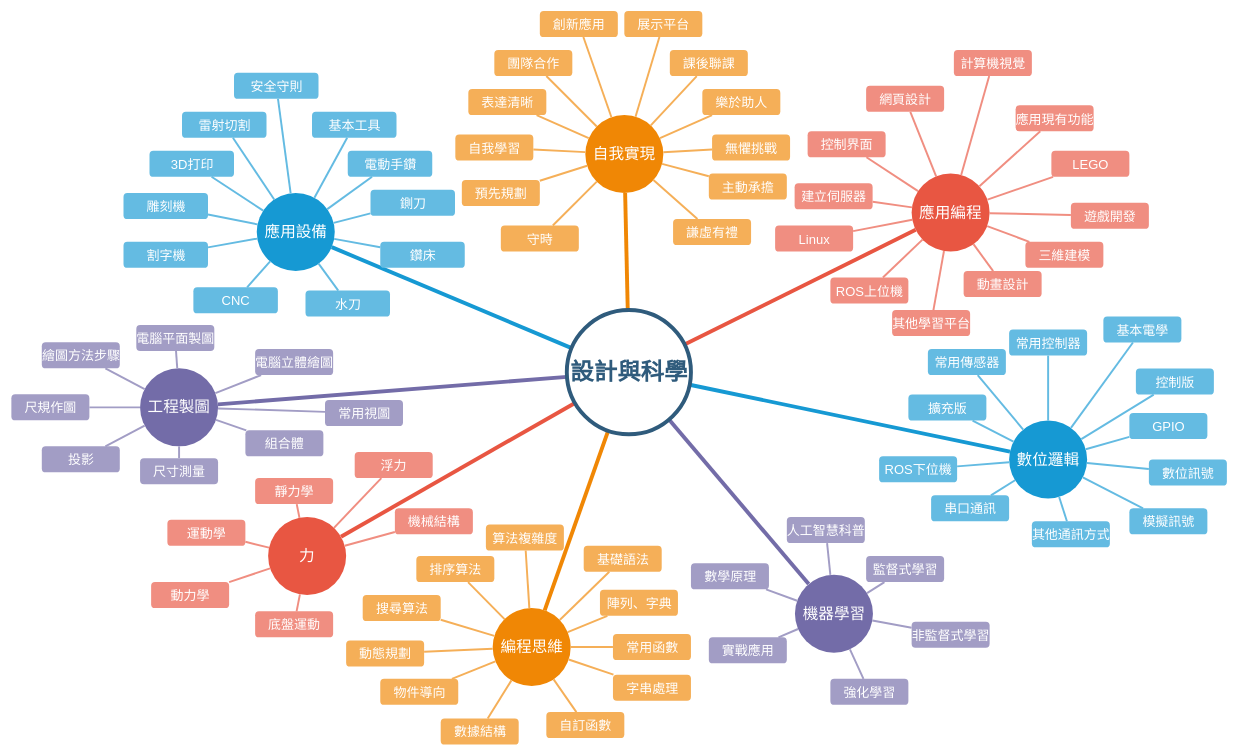
Earlier version of the draw.io diagram study_frame.drawio (supercatex/flowchart). Source tidied: cells renumbered, new cells numbered last; positions are measured from the earlier drawing's top-left corner, leaving out a move shared by most shapes. Both pictures are drawn from the tidied source at 65%, with x=0, y=0 at pixel (11, 11).
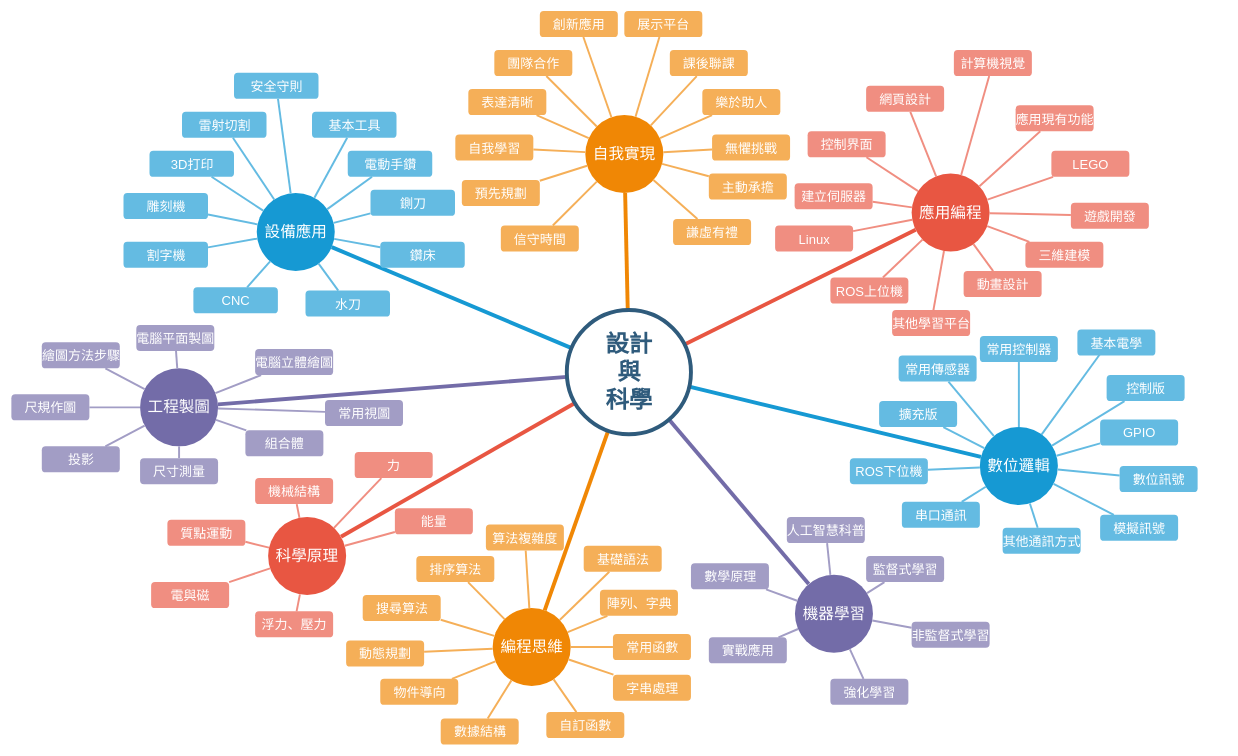
After the change.

What changed in the source:
```diff
@@
-    <mxCell id="2" value="應用設備" style="ellipse;whiteSpace=wrap;html=1;shadow=0;fontFamily=Helvetica;fontSize=24;fontColor=#FFFFFF;align=center;strokeWidth=3;fillColor=#1699D3;strokeColor=none;" parent="1" vertex="1">
+    <mxCell id="2" value="設備應用" style="ellipse;whiteSpace=wrap;html=1;shadow=0;fontFamily=Helvetica;fontSize=24;fontColor=#FFFFFF;align=center;strokeWidth=3;fillColor=#1699D3;strokeColor=none;" parent="1" vertex="1">
       <mxGeometry x="377.5" y="279.5" width="120" height="120" as="geometry" />
     </mxCell>
@@
     <mxCell id="5" value="數位邏輯" style="ellipse;whiteSpace=wrap;html=1;shadow=0;fontFamily=Helvetica;fontSize=24;fontColor=#FFFFFF;align=center;strokeWidth=3;fillColor=#1699D3;strokeColor=none;" parent="1" vertex="1">
-      <mxGeometry x="1535" y="629.5" width="120" height="120" as="geometry" />
+      <mxGeometry x="1490" y="639.5" width="120" height="120" as="geometry" />
     </mxCell>
@@
-    <mxCell id="8" value="力" style="ellipse;whiteSpace=wrap;html=1;shadow=0;fontFamily=Helvetica;fontSize=24;fontColor=#FFFFFF;align=center;strokeWidth=3;fillColor=#E85642;strokeColor=none;" parent="1" vertex="1">
+    <mxCell id="8" value="科學原理" style="ellipse;whiteSpace=wrap;html=1;shadow=0;fontFamily=Helvetica;fontSize=24;fontColor=#FFFFFF;align=center;strokeWidth=3;fillColor=#E85642;strokeColor=none;" parent="1" vertex="1">
       <mxGeometry x="395" y="778" width="120" height="120" as="geometry" />
     </mxCell>
-    <mxCell id="9" value="守時" style="rounded=1;fillColor=#f5af58;strokeColor=none;strokeWidth=3;shadow=0;html=1;fontColor=#FFFFFF;fontSize=20;" parent="1" vertex="1">
+    <mxCell id="9" value="信守時間" style="rounded=1;fillColor=#f5af58;strokeColor=none;strokeWidth=3;shadow=0;html=1;fontColor=#FFFFFF;fontSize=20;" parent="1" vertex="1">
       <mxGeometry x="753" y="329.5" width="120" height="40" as="geometry" />
     </mxCell>
@@
     <mxCell id="87" value="擴充版" style="rounded=1;fillColor=#64BBE2;strokeColor=none;strokeWidth=3;shadow=0;html=1;fontColor=#FFFFFF;fontSize=20;" parent="1" vertex="1">
-      <mxGeometry x="1380" y="589.5" width="120" height="40" as="geometry" />
+      <mxGeometry x="1335" y="599.5" width="120" height="40" as="geometry" />
     </mxCell>
     <mxCell id="88" value="常用傳感器" style="rounded=1;fillColor=#64BBE2;strokeColor=none;strokeWidth=3;shadow=0;html=1;fontColor=#FFFFFF;fontSize=20;" parent="1" vertex="1">
-      <mxGeometry x="1410" y="519.5" width="120" height="40" as="geometry" />
+      <mxGeometry x="1365" y="529.5" width="120" height="40" as="geometry" />
     </mxCell>
     <mxCell id="89" value="常用控制器" style="rounded=1;fillColor=#64BBE2;strokeColor=none;strokeWidth=3;shadow=0;html=1;fontColor=#FFFFFF;fontSize=20;" parent="1" vertex="1">
-      <mxGeometry x="1535" y="489.5" width="120" height="40" as="geometry" />
+      <mxGeometry x="1490" y="499.5" width="120" height="40" as="geometry" />
     </mxCell>
     <mxCell id="90" value="基本電學" style="rounded=1;fillColor=#64BBE2;strokeColor=none;strokeWidth=3;shadow=0;html=1;fontColor=#FFFFFF;fontSize=20;" parent="1" vertex="1">
-      <mxGeometry x="1680" y="469.5" width="120" height="40" as="geometry" />
+      <mxGeometry x="1640" y="489.5" width="120" height="40" as="geometry" />
     </mxCell>
     <mxCell id="91" value="控制版" style="rounded=1;fillColor=#64BBE2;strokeColor=none;strokeWidth=3;shadow=0;html=1;fontColor=#FFFFFF;fontSize=20;" parent="1" vertex="1">
-      <mxGeometry x="1730" y="549.5" width="120" height="40" as="geometry" />
+      <mxGeometry x="1685" y="559.5" width="120" height="40" as="geometry" />
     </mxCell>
     <mxCell id="92" value="GPIO" style="rounded=1;fillColor=#64BBE2;strokeColor=none;strokeWidth=3;shadow=0;html=1;fontColor=#FFFFFF;fontSize=20;" parent="1" vertex="1">
-      <mxGeometry x="1720" y="618" width="120" height="40" as="geometry" />
+      <mxGeometry x="1675" y="628" width="120" height="40" as="geometry" />
     </mxCell>
     <mxCell id="93" value="模擬訊號" style="rounded=1;fillColor=#64BBE2;strokeColor=none;strokeWidth=3;shadow=0;html=1;fontColor=#FFFFFF;fontSize=20;" parent="1" vertex="1">
-      <mxGeometry x="1720" y="764.5" width="120" height="40" as="geometry" />
+      <mxGeometry x="1675" y="774.5" width="120" height="40" as="geometry" />
     </mxCell>
     <mxCell id="94" value="數位訊號" style="rounded=1;fillColor=#64BBE2;strokeColor=none;strokeWidth=3;shadow=0;html=1;fontColor=#FFFFFF;fontSize=20;" parent="1" vertex="1">
-      <mxGeometry x="1750" y="689.5" width="120" height="40" as="geometry" />
+      <mxGeometry x="1705" y="699.5" width="120" height="40" as="geometry" />
     </mxCell>
     <mxCell id="95" value="其他通訊方式" style="rounded=1;fillColor=#64BBE2;strokeColor=none;strokeWidth=3;shadow=0;html=1;fontColor=#FFFFFF;fontSize=20;" parent="1" vertex="1">
-      <mxGeometry x="1570" y="784.5" width="120" height="40" as="geometry" />
+      <mxGeometry x="1525" y="794.5" width="120" height="40" as="geometry" />
     </mxCell>
     <mxCell id="96" value="串口通訊" style="rounded=1;fillColor=#64BBE2;strokeColor=none;strokeWidth=3;shadow=0;html=1;fontColor=#FFFFFF;fontSize=20;" parent="1" vertex="1">
-      <mxGeometry x="1415" y="744.5" width="120" height="40" as="geometry" />
+      <mxGeometry x="1370" y="754.5" width="120" height="40" as="geometry" />
     </mxCell>
     <mxCell id="97" value="ROS下位機" style="rounded=1;fillColor=#64BBE2;strokeColor=none;strokeWidth=3;shadow=0;html=1;fontColor=#FFFFFF;fontSize=20;" parent="1" vertex="1">
-      <mxGeometry x="1335" y="684.5" width="120" height="40" as="geometry" />
+      <mxGeometry x="1290" y="687.5" width="120" height="40" as="geometry" />
     </mxCell>
     <mxCell id="98" style="edgeStyle=none;endArrow=none;strokeWidth=3;strokeColor=#64BBE2;html=1;fontSize=20;" parent="1" edge="1" source="5" target="87">
-      <mxGeometry x="-265" y="281.5" as="geometry" />
+      <mxGeometry x="-310" y="291.5" as="geometry" />
     </mxCell>
     <mxCell id="99" style="edgeStyle=none;endArrow=none;strokeWidth=3;strokeColor=#64BBE2;html=1;fontSize=20;" parent="1" edge="1" source="5" target="88">
-      <mxGeometry x="-265" y="281.5" as="geometry" />
+      <mxGeometry x="-310" y="291.5" as="geometry" />
     </mxCell>
     <mxCell id="100" style="edgeStyle=none;endArrow=none;strokeWidth=3;strokeColor=#64BBE2;html=1;fontSize=20;" parent="1" edge="1" source="5" target="89">
-      <mxGeometry x="-265" y="281.5" as="geometry" />
+      <mxGeometry x="-310" y="291.5" as="geometry" />
     </mxCell>
-    <mxCell id="101" style="edgeStyle=none;endArrow=none;strokeWidth=3;strokeColor=#64BBE2;html=1;fontSize=20;" parent="1" edge="1" source="5" target="90">
-      <mxGeometry x="-265" y="281.5" as="geometry" />
+    <mxCell id="101" style="edgeStyle=none;endArrow=none;strokeWidth=3;strokeColor=#64BBE2;html=1;fontSize=20;" parent="1" edge="1" source="5">
+      <mxGeometry x="-310" y="291.5" as="geometry">
+        <mxPoint x="1680.5" y="519.5" as="targetPoint" />
+      </mxGeometry>
     </mxCell>
     <mxCell id="102" style="edgeStyle=none;endArrow=none;strokeWidth=3;strokeColor=#64BBE2;html=1;fontSize=20;" parent="1" edge="1" source="5" target="91">
-      <mxGeometry x="-265" y="281.5" as="geometry" />
+      <mxGeometry x="-310" y="291.5" as="geometry" />
     </mxCell>
     <mxCell id="103" style="edgeStyle=none;endArrow=none;strokeWidth=3;strokeColor=#64BBE2;html=1;fontSize=20;" parent="1" edge="1" source="5" target="92">
-      <mxGeometry x="-265" y="281.5" as="geometry" />
+      <mxGeometry x="-310" y="291.5" as="geometry" />
     </mxCell>
     <mxCell id="104" style="edgeStyle=none;endArrow=none;strokeWidth=3;strokeColor=#64BBE2;html=1;fontSize=20;" parent="1" edge="1" source="5" target="94">
-      <mxGeometry x="-265" y="281.5" as="geometry" />
+      <mxGeometry x="-310" y="291.5" as="geometry" />
     </mxCell>
     <mxCell id="105" style="edgeStyle=none;endArrow=none;strokeWidth=3;strokeColor=#64BBE2;html=1;fontSize=20;" parent="1" edge="1" source="5" target="93">
-      <mxGeometry x="-265" y="281.5" as="geometry" />
+      <mxGeometry x="-310" y="291.5" as="geometry" />
     </mxCell>
     <mxCell id="106" style="edgeStyle=none;endArrow=none;strokeWidth=3;strokeColor=#64BBE2;html=1;fontSize=20;" parent="1" edge="1" source="5" target="95">
-      <mxGeometry x="-265" y="281.5" as="geometry" />
+      <mxGeometry x="-310" y="291.5" as="geometry" />
     </mxCell>
     <mxCell id="107" style="edgeStyle=none;endArrow=none;strokeWidth=3;strokeColor=#64BBE2;html=1;fontSize=20;" parent="1" edge="1" source="5" target="96">
-      <mxGeometry x="-265" y="281.5" as="geometry" />
+      <mxGeometry x="-310" y="291.5" as="geometry" />
     </mxCell>
     <mxCell id="108" style="edgeStyle=none;endArrow=none;strokeWidth=3;strokeColor=#64BBE2;html=1;fontSize=20;" parent="1" edge="1" source="5" target="97">
-      <mxGeometry x="-265" y="281.5" as="geometry" />
+      <mxGeometry x="-310" y="291.5" as="geometry" />
     </mxCell>
@@
-    <mxCell id="142" value="靜力學" style="rounded=1;fillColor=#f08e81;strokeColor=none;strokeWidth=3;shadow=0;html=1;fontColor=#FFFFFF;fontSize=20;" parent="1" vertex="1">
+    <mxCell id="142" value="機械結構" style="rounded=1;fillColor=#f08e81;strokeColor=none;strokeWidth=3;shadow=0;html=1;fontColor=#FFFFFF;fontSize=20;" parent="1" vertex="1">
       <mxGeometry x="375" y="718" width="120" height="40" as="geometry" />
     </mxCell>
-    <mxCell id="143" value="運動學" style="rounded=1;fillColor=#f08e81;strokeColor=none;strokeWidth=3;shadow=0;html=1;fontColor=#FFFFFF;fontSize=20;" parent="1" vertex="1">
+    <mxCell id="143" value="質點運動" style="rounded=1;fillColor=#f08e81;strokeColor=none;strokeWidth=3;shadow=0;html=1;fontColor=#FFFFFF;fontSize=20;" parent="1" vertex="1">
       <mxGeometry x="240" y="782.2" width="120" height="40" as="geometry" />
     </mxCell>
-    <mxCell id="144" value="動力學" style="rounded=1;fillColor=#f08e81;strokeColor=none;strokeWidth=3;shadow=0;html=1;fontColor=#FFFFFF;fontSize=20;" parent="1" vertex="1">
+    <mxCell id="144" value="電與磁" style="rounded=1;fillColor=#f08e81;strokeColor=none;strokeWidth=3;shadow=0;html=1;fontColor=#FFFFFF;fontSize=20;" parent="1" vertex="1">
       <mxGeometry x="215" y="878" width="120" height="40" as="geometry" />
     </mxCell>
-    <mxCell id="145" value="底盤運動" style="rounded=1;fillColor=#f08e81;strokeColor=none;strokeWidth=3;shadow=0;html=1;fontColor=#FFFFFF;fontSize=20;" parent="1" vertex="1">
+    <mxCell id="145" value="浮力、壓力" style="rounded=1;fillColor=#f08e81;strokeColor=none;strokeWidth=3;shadow=0;html=1;fontColor=#FFFFFF;fontSize=20;" parent="1" vertex="1">
       <mxGeometry x="375" y="923" width="120" height="40" as="geometry" />
     </mxCell>
-    <mxCell id="146" value="機械結構" style="rounded=1;fillColor=#f08e81;strokeColor=none;strokeWidth=3;shadow=0;html=1;fontColor=#FFFFFF;fontSize=20;" parent="1" vertex="1">
+    <mxCell id="146" value="能量" style="rounded=1;fillColor=#f08e81;strokeColor=none;strokeWidth=3;shadow=0;html=1;fontColor=#FFFFFF;fontSize=20;" parent="1" vertex="1">
       <mxGeometry x="590" y="764.5" width="120" height="40" as="geometry" />
     </mxCell>
-    <mxCell id="147" value="浮力" style="rounded=1;fillColor=#f08e81;strokeColor=none;strokeWidth=3;shadow=0;html=1;fontColor=#FFFFFF;fontSize=20;" parent="1" vertex="1">
+    <mxCell id="147" value="力" style="rounded=1;fillColor=#f08e81;strokeColor=none;strokeWidth=3;shadow=0;html=1;fontColor=#FFFFFF;fontSize=20;" parent="1" vertex="1">
       <mxGeometry x="528.2" y="678" width="120" height="40" as="geometry" />
     </mxCell>
@@
-    <mxCell id="155" value="設計與科學" style="ellipse;whiteSpace=wrap;html=1;shadow=0;fontFamily=Helvetica;fontSize=36;fontColor=#2F5B7C;align=center;strokeColor=#2F5B7C;strokeWidth=6;fillColor=#FFFFFF;fontStyle=1;gradientColor=none;" parent="1" vertex="1">
+    <mxCell id="155" value="設計&lt;br&gt;與&lt;br&gt;科學" style="ellipse;whiteSpace=wrap;html=1;shadow=0;fontFamily=Helvetica;fontSize=36;fontColor=#2F5B7C;align=center;strokeColor=#2F5B7C;strokeWidth=6;fillColor=#FFFFFF;fontStyle=1;gradientColor=none;" parent="1" vertex="1">
       <mxGeometry x="854.5" y="459.5" width="191" height="191" as="geometry" />
     </mxCell>
```
